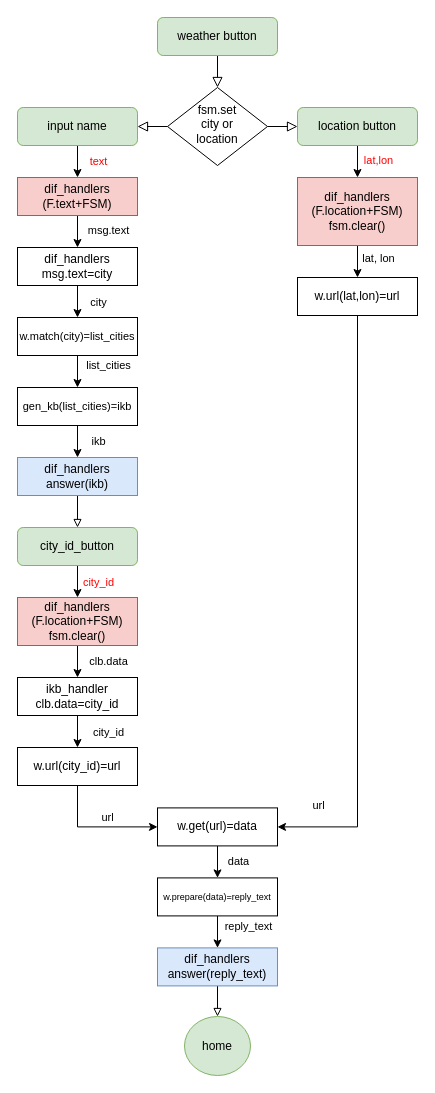
This is test_taska/bot/utils/Untitled Diagram.drawio from DanyaSh/test_taska, a draw.io file, before an edit. Source tidied: cells renumbered, new cells numbered last; positions are measured from the earlier drawing's top-left corner, leaving out a move shared by most shapes. Both pictures are drawn from the tidied source at 100%, with x=0, y=0 at pixel (17, 17).
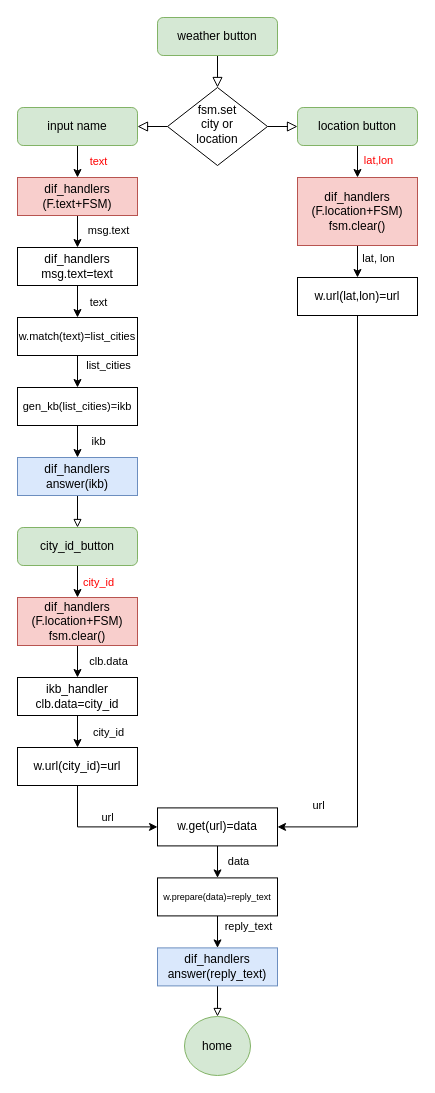
After the change.

The change refers to these unchanged cells:
```xml
<mxCell id="30" style="edgeStyle=orthogonalEdgeStyle;rounded=0;jettySize=auto;html=1;" parent="1" edge="1" source="32" target="35">
  <mxGeometry relative="1" as="geometry" />
</mxCell>
```

Diff of the diagram source:
```diff
@@
-    <mxCell id="31" value="city" style="edgeLabel;html=1;align=center;verticalAlign=middle;" parent="30" vertex="1">
+    <mxCell id="31" value="text" style="edgeLabel;html=1;align=center;verticalAlign=middle;" parent="30" vertex="1">
       <mxGeometry x="0.33" relative="1" as="geometry">
         <mxPoint x="20" as="offset" />
       </mxGeometry>
     </mxCell>
-    <mxCell id="32" value="dif_handlers&lt;br&gt;msg.text=city" style="rounded=0;whiteSpace=wrap;html=1;glass=0;strokeWidth=1;shadow=0;" parent="1" vertex="1">
+    <mxCell id="32" value="dif_handlers&lt;br&gt;msg.text=text" style="rounded=0;whiteSpace=wrap;html=1;glass=0;strokeWidth=1;shadow=0;" parent="1" vertex="1">
       <mxGeometry y="230" width="120" height="38" as="geometry" />
     </mxCell>
@@
-    <mxCell id="35" value="&lt;font style=&quot;font-size: 11px;&quot;&gt;w.match(city)=list_cities&lt;/font&gt;" style="rounded=0;whiteSpace=wrap;html=1;glass=0;strokeWidth=1;shadow=0;" parent="1" vertex="1">
+    <mxCell id="35" value="&lt;font style=&quot;font-size: 11px;&quot;&gt;w.match(text)=list_cities&lt;/font&gt;" style="rounded=0;whiteSpace=wrap;html=1;glass=0;strokeWidth=1;shadow=0;" parent="1" vertex="1">
       <mxGeometry y="300" width="120" height="38" as="geometry" />
     </mxCell>
```
